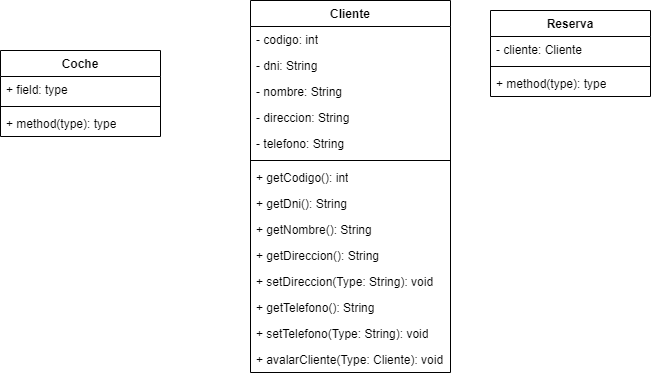
The draw.io diagram unidad-4/Class-Diagram-Maxi/automoviles-maxi.png in mackstm/ets, before a commit. Source tidied: cells renumbered, new cells last; positions are measured from the earlier drawing's top-left corner, leaving out a move shared by most shapes.
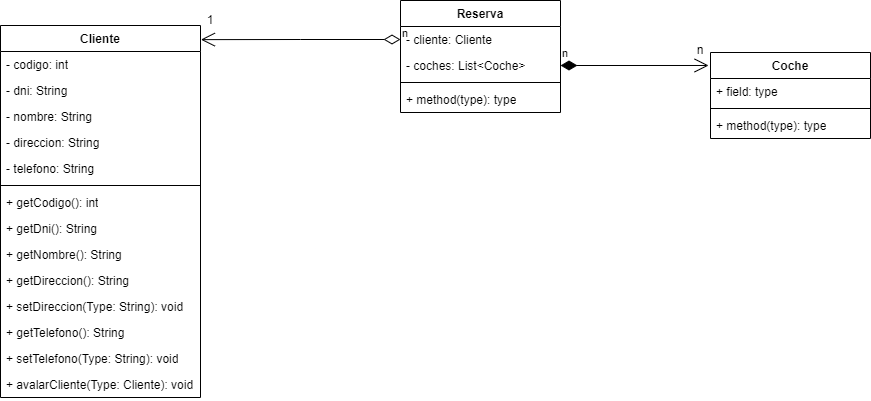
After the change.

The edit, as a diff of the source:
```diff
@@ -48,19 +48,22 @@
       <mxGeometry y="346" width="200" height="26" as="geometry" />
     </mxCell>
     <mxCell id="17" value="Reserva" style="swimlane;fontStyle=1;align=center;verticalAlign=top;horizontal=1;startSize=26;whiteSpace=wrap;html=1;" parent="1" vertex="1">
-      <mxGeometry x="490" y="10" width="160" height="86" as="geometry" />
+      <mxGeometry x="650" y="-25" width="160" height="112" as="geometry" />
     </mxCell>
     <mxCell id="18" value="- cliente: Cliente" style="text;strokeColor=none;fillColor=none;align=left;verticalAlign=top;spacingLeft=4;spacingRight=4;overflow=hidden;points=[[0,0.5],[1,0.5]];portConstraint=eastwest;whiteSpace=wrap;html=1;" parent="17" vertex="1">
       <mxGeometry y="26" width="160" height="26" as="geometry" />
     </mxCell>
+    <mxCell id="25" value="- coches: List&amp;lt;Coche&amp;gt;" style="text;strokeColor=none;fillColor=none;align=left;verticalAlign=top;spacingLeft=4;spacingRight=4;overflow=hidden;points=[[0,0.5],[1,0.5]];portConstraint=eastwest;whiteSpace=wrap;html=1;" parent="17" vertex="1">
+      <mxGeometry y="52" width="160" height="26" as="geometry" />
+    </mxCell>
     <mxCell id="19" style="line;strokeWidth=1;fillColor=none;align=left;verticalAlign=middle;spacingTop=-1;spacingLeft=3;spacingRight=3;labelPosition=right;strokeColor=inherit;" parent="17" vertex="1">
-      <mxGeometry y="52" width="160" height="8" as="geometry" />
+      <mxGeometry y="78" width="160" height="8" as="geometry" />
     </mxCell>
     <mxCell id="20" value="+ method(type): type" style="text;strokeColor=none;fillColor=none;align=left;verticalAlign=top;spacingLeft=4;spacingRight=4;overflow=hidden;whiteSpace=wrap;html=1;" parent="17" vertex="1">
-      <mxGeometry y="60" width="160" height="26" as="geometry" />
+      <mxGeometry y="86" width="160" height="26" as="geometry" />
     </mxCell>
     <mxCell id="21" value="Coche" style="swimlane;fontStyle=1;align=center;verticalAlign=top;horizontal=1;startSize=26;whiteSpace=wrap;html=1;" parent="1" vertex="1">
-      <mxGeometry y="50" width="160" height="86" as="geometry" />
+      <mxGeometry x="960" y="27" width="160" height="86" as="geometry" />
     </mxCell>
     <mxCell id="22" value="+ field: type" style="text;strokeColor=none;fillColor=none;align=left;verticalAlign=top;spacingLeft=4;spacingRight=4;overflow=hidden;whiteSpace=wrap;html=1;" parent="21" vertex="1">
       <mxGeometry y="26" width="160" height="26" as="geometry" />
@@ -71,5 +74,17 @@
     <mxCell id="24" value="+ method(type): type" style="text;strokeColor=none;fillColor=none;align=left;verticalAlign=top;spacingLeft=4;spacingRight=4;overflow=hidden;whiteSpace=wrap;html=1;" parent="21" vertex="1">
       <mxGeometry y="60" width="160" height="26" as="geometry" />
     </mxCell>
+    <mxCell id="26" value="n" style="endArrow=open;html=1;endSize=12;startArrow=diamondThin;startSize=14;startFill=0;edgeStyle=orthogonalEdgeStyle;align=left;verticalAlign=bottom;rounded=0;exitX=0;exitY=0.5;exitDx=0;exitDy=0;entryX=1.002;entryY=0.038;entryDx=0;entryDy=0;entryPerimeter=0;" parent="1" edge="1" source="18" target="2">
+      <mxGeometry x="-1" y="3" relative="1" as="geometry" />
+    </mxCell>
+    <mxCell id="27" value="1" style="text;html=1;strokeColor=none;fillColor=none;align=center;verticalAlign=middle;whiteSpace=wrap;rounded=0;" parent="1" vertex="1">
+      <mxGeometry x="430" y="-20" width="60" height="30" as="geometry" />
+    </mxCell>
+    <mxCell id="28" value="n" style="endArrow=open;html=1;endSize=12;startArrow=diamondThin;startSize=14;startFill=1;edgeStyle=orthogonalEdgeStyle;align=left;verticalAlign=bottom;rounded=0;exitX=1;exitY=0.5;exitDx=0;exitDy=0;entryX=-0.012;entryY=0.151;entryDx=0;entryDy=0;entryPerimeter=0;" parent="1" edge="1" source="25" target="21">
+      <mxGeometry x="-1" y="3" relative="1" as="geometry" />
+    </mxCell>
+    <mxCell id="29" value="n" style="text;html=1;strokeColor=none;fillColor=none;align=center;verticalAlign=middle;whiteSpace=wrap;rounded=0;" parent="1" vertex="1">
+      <mxGeometry x="920" y="10" width="60" height="30" as="geometry" />
+    </mxCell>
   </root>
 </mxGraphModel>
```
